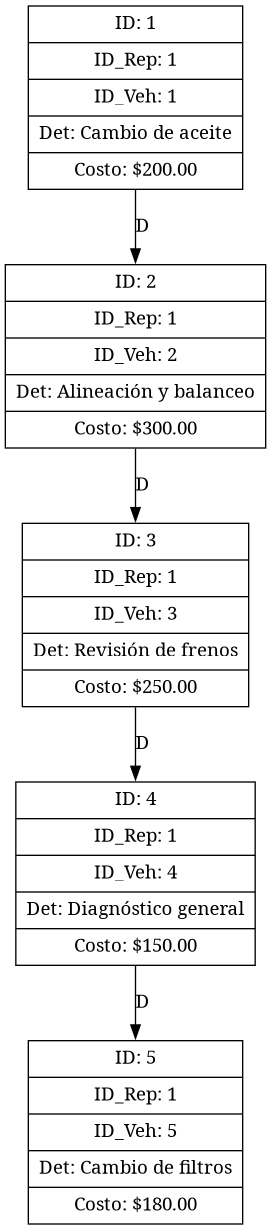
This is FASE_2/AutoGestPro/Reports/servicios.png from eric-rojas/-EDD-1S2025_202200331, a Graphviz export, as it was before one commit. Its source is kept beside it as FASE_2/AutoGestPro/Reports/servicios.dot.
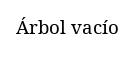
The same diagram one commit later.

Diff of the diagram source:
```diff
@@ -1,12 +1,4 @@
 digraph ArbolServicios {
 node [shape=record];
-node1 [label="{ID: 1|ID_Rep: 1|ID_Veh: 1|Det: Cambio de aceite|Costo: $200.00}"];
-node1 -> node2 [label="D"];
-node2 [label="{ID: 2|ID_Rep: 1|ID_Veh: 2|Det: Alineación y balanceo|Costo: $300.00}"];
-node2 -> node3 [label="D"];
-node3 [label="{ID: 3|ID_Rep: 1|ID_Veh: 3|Det: Revisión de frenos|Costo: $250.00}"];
-node3 -> node4 [label="D"];
-node4 [label="{ID: 4|ID_Rep: 1|ID_Veh: 4|Det: Diagnóstico general|Costo: $150.00}"];
-node4 -> node5 [label="D"];
-node5 [label="{ID: 5|ID_Rep: 1|ID_Veh: 5|Det: Cambio de filtros|Costo: $180.00}"];
+empty [label="Árbol vacío", shape=plaintext];
 }
```
